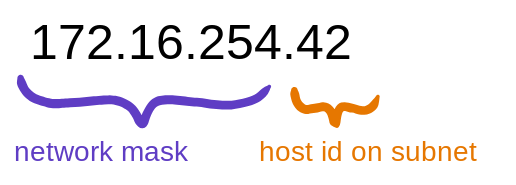
Before: notebooks/media/ip-address.excalidraw.svg, a diagram exported from Excalidraw (ue22-p25/backend). Source tidied: one line per element, renumbered; positions are measured from the earlier drawing's top-left corner, leaving out a move shared by most shapes.
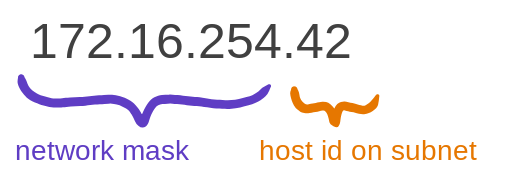
Above is the later version.

What changed in the source:
```diff
@@ -1,4 +1,4 @@
-{"id": 0, "type": "text", "text": "172.16.254.42", "strokeColor": "#000000", "backgroundColor": "#fa5252", "fillStyle": "solid", "strokeWidth": 1, "roughness": 1, "fontSize": 36, "fontFamily": 1, "x": 11, "y": 0, "width": 239, "height": 45}
+{"id": 0, "type": "text", "text": "172.16.254.42", "strokeColor": "#404040", "backgroundColor": "#fa5252", "fillStyle": "solid", "strokeWidth": 1, "roughness": 1, "fontSize": 36, "fontFamily": 1, "x": 11, "y": 0, "width": 239, "height": 45}
 {"id": 1, "type": "freedraw", "strokeColor": "#5f3dc4", "backgroundColor": "#fa5252", "fillStyle": "solid", "strokeWidth": 1, "roughness": 1, "round": true, "x": 5, "y": 46, "width": 178, "height": 34, "points": [[0, 0], [0, -1], [1, 5], [5, 11], [12, 16], [20, 18], [28, 18], [35, 18], [46, 17], [57, 16], [66, 15], [74, 18], [81, 22], [85, 30], [86, 33], [89, 31], [92, 21], [97, 16], [104, 15], [112, 16], [123, 17], [134, 19], [147, 19], [164, 17], [174, 11], [178, 6]]}
 {"id": 2, "type": "freedraw", "strokeColor": "#e67700", "backgroundColor": "#fa5252", "fillStyle": "solid", "strokeWidth": 1, "roughness": 1, "round": true, "x": 200, "y": 54, "width": 60, "height": 26, "points": [[0, 0], [0, -1], [0, 4], [2, 8], [4, 12], [7, 13], [9, 14], [12, 13], [16, 13], [19, 12], [22, 12], [25, 13], [27, 17], [28, 22], [29, 25], [30, 23], [31, 16], [33, 12], [35, 12], [38, 12], [41, 13], [45, 14], [49, 14], [55, 13], [58, 8], [60, 4]]}
 {"id": 3, "type": "text", "text": "network mask", "strokeColor": "#5f3dc4", "backgroundColor": "#fa5252", "fillStyle": "solid", "strokeWidth": 1, "roughness": 1, "fontSize": 20, "fontFamily": 1, "x": 0, "y": 87, "width": 130, "height": 25}
```
